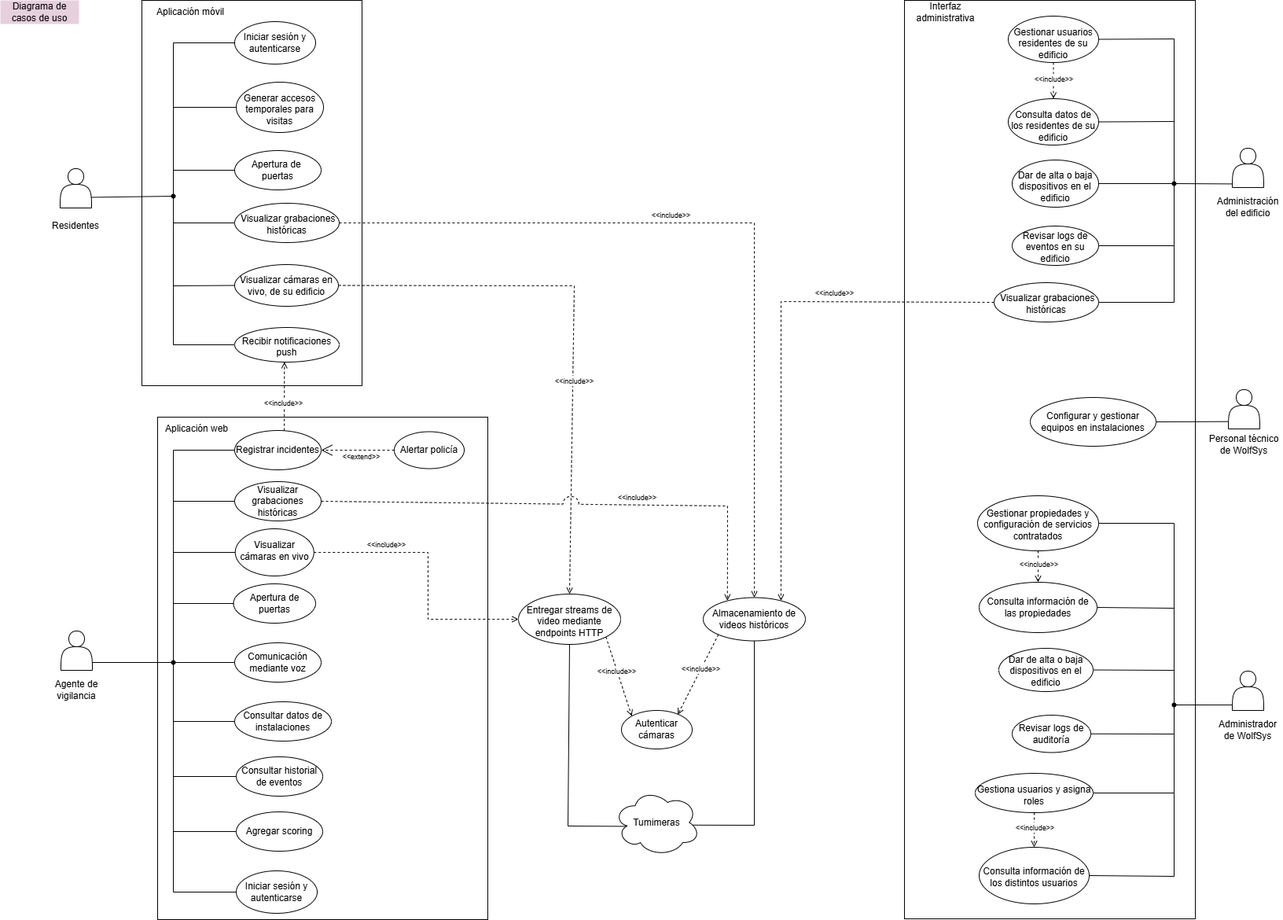
Earlier version of the draw.io export Documentación de la arquitectura/Diagramas/Exportados/Diagrama-de-casos-de-uso.png (LIMoreno04/Caso-de-estudio---WolfSys---Arquitectura). Source tidied: cells renumbered, new cells last; positions are measured from the earlier drawing's top-left corner, leaving out a move shared by most shapes.
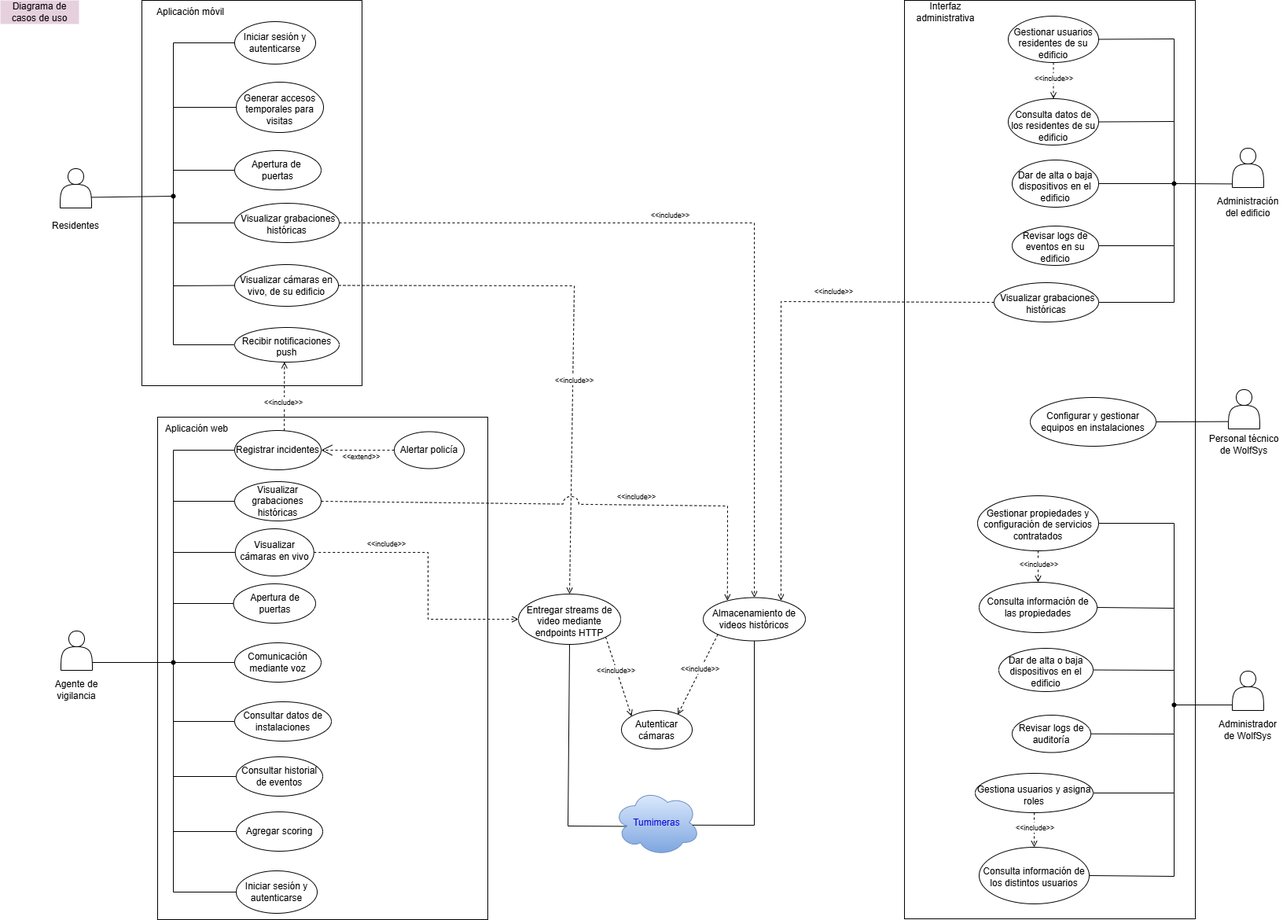
Later version of the same file.

Commit message:
AOD y tumimeras azul

Diff of the diagram source:
```diff
@@ -42,7 +42,7 @@
         </Array>
       </mxGeometry>
     </mxCell>
-    <mxCell id="14" value="Tumimeras" style="ellipse;shape=cloud;whiteSpace=wrap;html=1;" parent="1" vertex="1">
+    <mxCell id="14" value="Tumimeras" style="ellipse;shape=cloud;whiteSpace=wrap;html=1;fillColor=#dae8fc;strokeColor=#6c8ebf;gradientColor=#7ea6e0;fontColor=#0A03D5;" parent="1" vertex="1">
       <mxGeometry x="780" y="1003" width="110" height="85" as="geometry" />
     </mxCell>
     <mxCell id="15" value="Entregar streams de video mediante endpoints HTTP" style="ellipse;whiteSpace=wrap;html=1;spacingTop=5;" parent="1" vertex="1">
```
